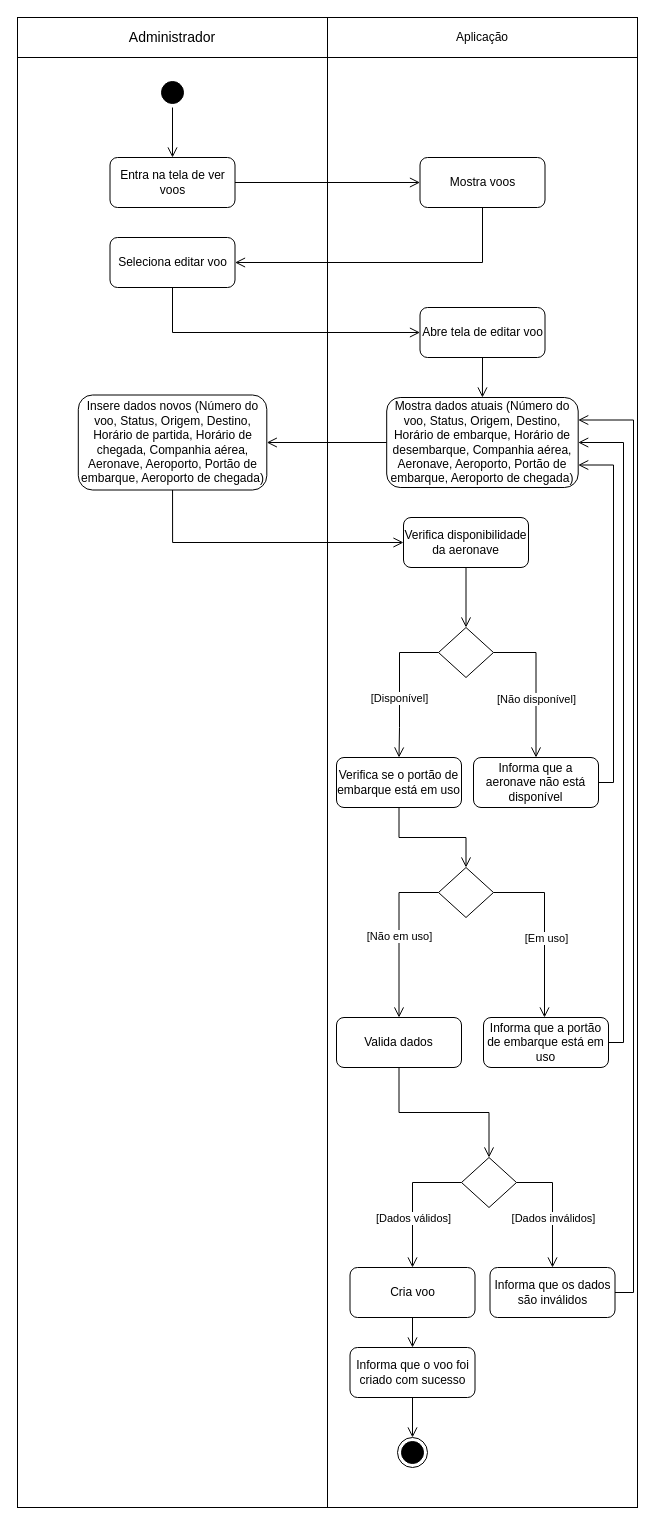
Before: Diagramas/Eng_de_Software/Modelos/Atividade/Update_Voo.drawio in GabrielGMori/trabalho-conclus-o-ano, a draw.io diagram. Source tidied: cells renumbered, new cells numbered last; positions are measured from the earlier drawing's top-left corner, leaving out a move shared by most shapes. Both pictures are drawn from the tidied source at 100%, with x=0, y=0 at pixel (17, 17).
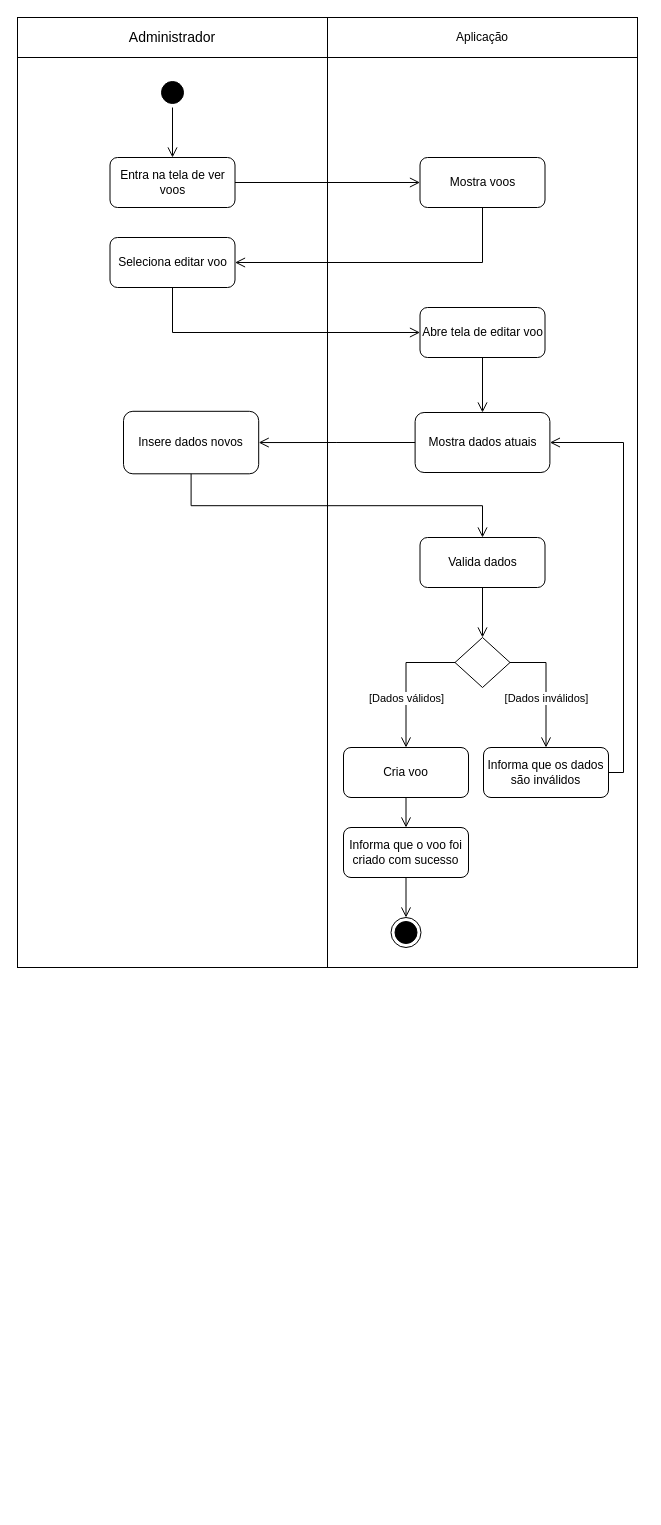
After the change.

Change to the diagram source:
```diff
@@
     <mxCell id="2" style="rounded=0;whiteSpace=wrap;html=1;" parent="1" vertex="1">
-      <mxGeometry y="40" width="310" height="1450" as="geometry" />
+      <mxGeometry y="40" width="310" height="910" as="geometry" />
     </mxCell>
     <mxCell id="3" style="rounded=0;whiteSpace=wrap;html=1;" parent="1" vertex="1">
-      <mxGeometry x="310" y="40" width="310" height="1450" as="geometry" />
+      <mxGeometry x="310" y="40" width="310" height="910" as="geometry" />
     </mxCell>
@@
-    <mxCell id="9" value="Mostra dados atuais&amp;nbsp;(Número do voo, Status, Origem, Destino, Horário de embarque, Horário de desembarque, Companhia aérea, Aeronave, Aeroporto, Portão de embarque, Aeroporto de chegada)" style="rounded=1;whiteSpace=wrap;html=1;" parent="1" vertex="1">
-      <mxGeometry x="369.2" y="380" width="191.5" height="90" as="geometry" />
+    <mxCell id="9" value="Mostra dados atuais" style="rounded=1;whiteSpace=wrap;html=1;" parent="1" vertex="1">
+      <mxGeometry x="397.6" y="395" width="134.8" height="60" as="geometry" />
     </mxCell>
-    <mxCell id="10" value="Insere dados novos (Número do voo, Status, Origem, Destino, Horário de partida, Horário de chegada, Companhia aérea, Aeronave, Aeroporto, Portão de embarque, Aeroporto de chegada)" style="rounded=1;whiteSpace=wrap;html=1;" parent="1" vertex="1">
-      <mxGeometry x="60.8" y="377.5" width="188.5" height="95" as="geometry" />
+    <mxCell id="10" value="Insere dados novos" style="rounded=1;whiteSpace=wrap;html=1;" parent="1" vertex="1">
+      <mxGeometry x="106" y="393.8" width="135.2" height="62.5" as="geometry" />
     </mxCell>
@@
     <mxCell id="12" value="Valida dados" style="rounded=1;whiteSpace=wrap;html=1;" parent="1" vertex="1">
-      <mxGeometry x="319" y="1000" width="125" height="50" as="geometry" />
+      <mxGeometry x="402.5" y="520" width="125" height="50" as="geometry" />
     </mxCell>
     <mxCell id="13" style="rhombus;whiteSpace=wrap;html=1;" parent="1" vertex="1">
-      <mxGeometry x="444" y="1140" width="55" height="50" as="geometry" />
+      <mxGeometry x="437.5" y="620" width="55" height="50" as="geometry" />
     </mxCell>
@@
     <mxCell id="15" value="Informa que os dados são inválidos" style="rounded=1;whiteSpace=wrap;html=1;" parent="1" vertex="1">
-      <mxGeometry x="472.5" y="1250" width="125" height="50" as="geometry" />
+      <mxGeometry x="466" y="730" width="125" height="50" as="geometry" />
     </mxCell>
@@
-    <mxCell id="18" style="edgeStyle=orthogonalEdgeStyle;html=1;verticalAlign=bottom;endArrow=open;endSize=8;strokeColor=#000000;rounded=0;exitX=1;exitY=0.5;exitDx=0;exitDy=0;entryX=1;entryY=0.25;entryDx=0;entryDy=0;" parent="1" edge="1" source="15" target="9">
+    <mxCell id="18" style="edgeStyle=orthogonalEdgeStyle;html=1;verticalAlign=bottom;endArrow=open;endSize=8;strokeColor=#000000;rounded=0;exitX=1;exitY=0.5;exitDx=0;exitDy=0;entryX=1;entryY=0.5;entryDx=0;entryDy=0;" parent="1" edge="1" source="15" target="9">
       <mxGeometry relative="1" as="geometry">
         <Array as="points">
-          <mxPoint x="616" y="1275" />
-          <mxPoint x="616" y="403" />
+          <mxPoint x="606" y="755" />
+          <mxPoint x="606" y="425" />
         </Array>
       </mxGeometry>
     </mxCell>
     <mxCell id="19" value="Cria voo" style="rounded=1;whiteSpace=wrap;html=1;" parent="1" vertex="1">
-      <mxGeometry x="332.5" y="1250" width="125" height="50" as="geometry" />
+      <mxGeometry x="326" y="730" width="125" height="50" as="geometry" />
     </mxCell>
     <mxCell id="20" value="&lt;div&gt;Informa que o voo foi criado com sucesso&lt;br&gt;&lt;/div&gt;" style="rounded=1;whiteSpace=wrap;html=1;" parent="1" vertex="1">
-      <mxGeometry x="332.5" y="1330" width="125" height="50" as="geometry" />
+      <mxGeometry x="326" y="810" width="125" height="50" as="geometry" />
     </mxCell>
@@
     <mxCell id="24" style="ellipse;html=1;shape=endState;fillColor=#000000;strokeColor=#000000;" parent="1" vertex="1">
-      <mxGeometry x="380" y="1420" width="30" height="30" as="geometry" />
+      <mxGeometry x="373.5" y="900" width="30" height="30" as="geometry" />
     </mxCell>
@@
-    <mxCell id="33" style="rhombus;whiteSpace=wrap;html=1;" parent="1" vertex="1">
-      <mxGeometry x="421" y="610" width="55" height="50" as="geometry" />
-    </mxCell>
-    <mxCell id="34" style="edgeStyle=orthogonalEdgeStyle;html=1;verticalAlign=bottom;endArrow=open;endSize=8;strokeColor=#000000;rounded=0;entryX=0.5;entryY=0;entryDx=0;entryDy=0;exitX=1;exitY=0.5;exitDx=0;exitDy=0;" parent="1" edge="1" source="33" target="43">
-      <mxGeometry relative="1" as="geometry" />
-    </mxCell>
-    <mxCell id="35" value="[Não disponível]" style="edgeLabel;html=1;align=center;verticalAlign=middle;" parent="34" vertex="1">
-      <mxGeometry x="-0.23" relative="1" as="geometry">
-        <mxPoint y="32" as="offset" />
-      </mxGeometry>
-    </mxCell>
-    <mxCell id="36" style="edgeStyle=orthogonalEdgeStyle;html=1;verticalAlign=bottom;endArrow=open;endSize=8;strokeColor=#000000;rounded=0;entryX=0.5;entryY=0;entryDx=0;entryDy=0;exitX=0;exitY=0.5;exitDx=0;exitDy=0;" parent="1" edge="1" source="33" target="41">
-      <mxGeometry relative="1" as="geometry">
-        <Array as="points">
-          <mxPoint x="382" y="635" />
-          <mxPoint x="382" y="710" />
-          <mxPoint x="381" y="710" />
-        </Array>
-      </mxGeometry>
-    </mxCell>
-    <mxCell id="37" value="[Disponível]" style="edgeLabel;html=1;align=center;verticalAlign=middle;" parent="36" vertex="1">
-      <mxGeometry x="-0.35" y="-2" relative="1" as="geometry">
-        <mxPoint x="1" y="37" as="offset" />
-      </mxGeometry>
-    </mxCell>
-    <mxCell id="38" value="Verifica disponibilidade da aeronave" style="rounded=1;whiteSpace=wrap;html=1;" parent="1" vertex="1">
-      <mxGeometry x="386" y="500" width="125" height="50" as="geometry" />
-    </mxCell>
-    <mxCell id="39" style="edgeStyle=orthogonalEdgeStyle;html=1;verticalAlign=bottom;endArrow=open;endSize=8;strokeColor=#000000;rounded=0;entryX=0;entryY=0.5;entryDx=0;entryDy=0;exitX=0.5;exitY=1;exitDx=0;exitDy=0;" parent="1" edge="1" source="10" target="38">
+    <mxCell id="39" style="edgeStyle=orthogonalEdgeStyle;html=1;verticalAlign=bottom;endArrow=open;endSize=8;strokeColor=#000000;rounded=0;entryX=0.5;entryY=0;entryDx=0;entryDy=0;exitX=0.5;exitY=1;exitDx=0;exitDy=0;" parent="1" edge="1" source="10" target="12">
       <mxGeometry relative="1" as="geometry" />
     </mxCell>
-    <mxCell id="40" style="edgeStyle=orthogonalEdgeStyle;html=1;verticalAlign=bottom;endArrow=open;endSize=8;strokeColor=#000000;rounded=0;entryX=0.5;entryY=0;entryDx=0;entryDy=0;exitX=0.5;exitY=1;exitDx=0;exitDy=0;" parent="1" edge="1" source="38" target="33">
-      <mxGeometry relative="1" as="geometry" />
-    </mxCell>
-    <mxCell id="41" value="Verifica se o portão de embarque está em uso" style="rounded=1;whiteSpace=wrap;html=1;" parent="1" vertex="1">
-      <mxGeometry x="319" y="740" width="125" height="50" as="geometry" />
-    </mxCell>
-    <mxCell id="42" style="rhombus;whiteSpace=wrap;html=1;" parent="1" vertex="1">
-      <mxGeometry x="421" y="850" width="55" height="50" as="geometry" />
-    </mxCell>
-    <mxCell id="43" value="Informa que a aeronave não está disponível" style="rounded=1;whiteSpace=wrap;html=1;" parent="1" vertex="1">
-      <mxGeometry x="456" y="740" width="125" height="50" as="geometry" />
-    </mxCell>
-    <mxCell id="44" style="edgeStyle=orthogonalEdgeStyle;html=1;verticalAlign=bottom;endArrow=open;endSize=8;strokeColor=#000000;rounded=0;exitX=1;exitY=0.5;exitDx=0;exitDy=0;entryX=1;entryY=0.75;entryDx=0;entryDy=0;" parent="1" edge="1" source="43" target="9">
-      <mxGeometry relative="1" as="geometry">
-        <Array as="points">
-          <mxPoint x="596" y="765" />
-          <mxPoint x="596" y="447" />
-        </Array>
-      </mxGeometry>
-    </mxCell>
-    <mxCell id="45" style="edgeStyle=orthogonalEdgeStyle;html=1;verticalAlign=bottom;endArrow=open;endSize=8;strokeColor=#000000;rounded=0;entryX=0.5;entryY=0;entryDx=0;entryDy=0;exitX=0.5;exitY=1;exitDx=0;exitDy=0;" parent="1" edge="1" source="41" target="42">
-      <mxGeometry relative="1" as="geometry" />
-    </mxCell>
-    <mxCell id="46" style="edgeStyle=orthogonalEdgeStyle;html=1;verticalAlign=bottom;endArrow=open;endSize=8;strokeColor=#000000;rounded=0;entryX=0.5;entryY=0;entryDx=0;entryDy=0;exitX=0;exitY=0.5;exitDx=0;exitDy=0;" parent="1" edge="1" source="42" target="12">
-      <mxGeometry relative="1" as="geometry">
-        <Array as="points">
-          <mxPoint x="382" y="875" />
-          <mxPoint x="382" y="1000" />
-        </Array>
-      </mxGeometry>
-    </mxCell>
-    <mxCell id="47" value="[Não em uso]" style="edgeLabel;html=1;align=center;verticalAlign=middle;" parent="46" vertex="1">
-      <mxGeometry x="-0.35" y="-2" relative="1" as="geometry">
-        <mxPoint x="2" y="30" as="offset" />
-      </mxGeometry>
-    </mxCell>
-    <mxCell id="48" value="Informa que a portão de embarque está em uso" style="rounded=1;whiteSpace=wrap;html=1;" parent="1" vertex="1">
-      <mxGeometry x="466" y="1000" width="125" height="50" as="geometry" />
-    </mxCell>
-    <mxCell id="49" style="edgeStyle=orthogonalEdgeStyle;html=1;verticalAlign=bottom;endArrow=open;endSize=8;strokeColor=#000000;rounded=0;entryX=0.5;entryY=0;entryDx=0;entryDy=0;exitX=1;exitY=0.5;exitDx=0;exitDy=0;" parent="1" edge="1" source="42">
-      <mxGeometry relative="1" as="geometry">
-        <mxPoint x="527" y="1000" as="targetPoint" />
-        <Array as="points">
-          <mxPoint x="527" y="875" />
-        </Array>
-      </mxGeometry>
-    </mxCell>
-    <mxCell id="50" value="[Em uso]" style="edgeLabel;html=1;align=center;verticalAlign=middle;" parent="49" vertex="1">
-      <mxGeometry x="-0.35" y="-2" relative="1" as="geometry">
-        <mxPoint x="3" y="39" as="offset" />
-      </mxGeometry>
-    </mxCell>
-    <mxCell id="51" style="edgeStyle=orthogonalEdgeStyle;html=1;verticalAlign=bottom;endArrow=open;endSize=8;strokeColor=#000000;rounded=0;exitX=1;exitY=0.5;exitDx=0;exitDy=0;entryX=1;entryY=0.5;entryDx=0;entryDy=0;" parent="1" edge="1" source="48" target="9">
-      <mxGeometry relative="1" as="geometry">
-        <Array as="points">
-          <mxPoint x="606" y="1025" />
-          <mxPoint x="606" y="425" />
-        </Array>
-      </mxGeometry>
-    </mxCell>
```
